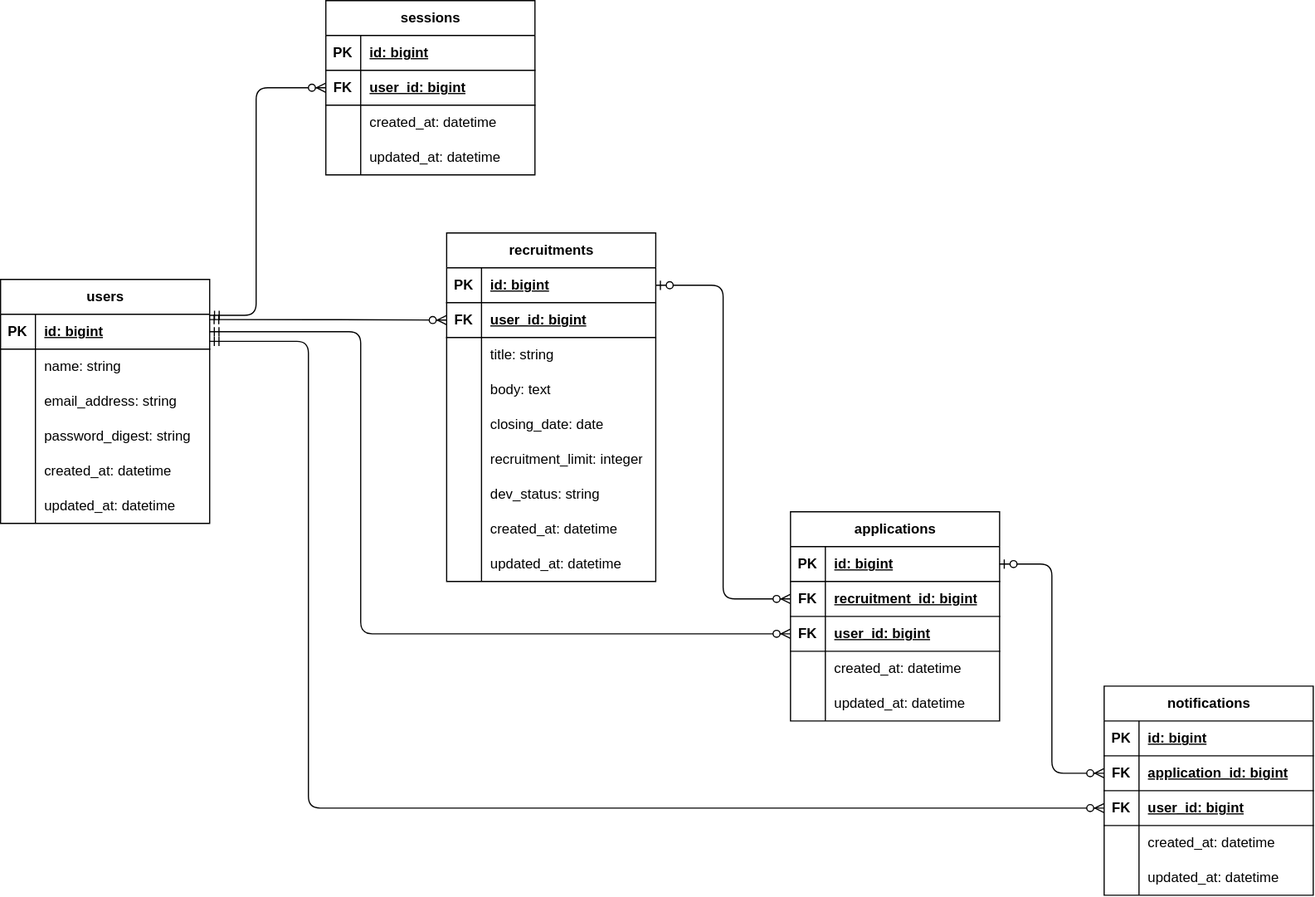
Above: docs/er-diagram.drawio.svg in tnakamura0/team-development-matching (draw.io), before the change. Source tidied: cells renumbered, new cells last; positions are measured from the earlier drawing's top-left corner, leaving out a move shared by most shapes.
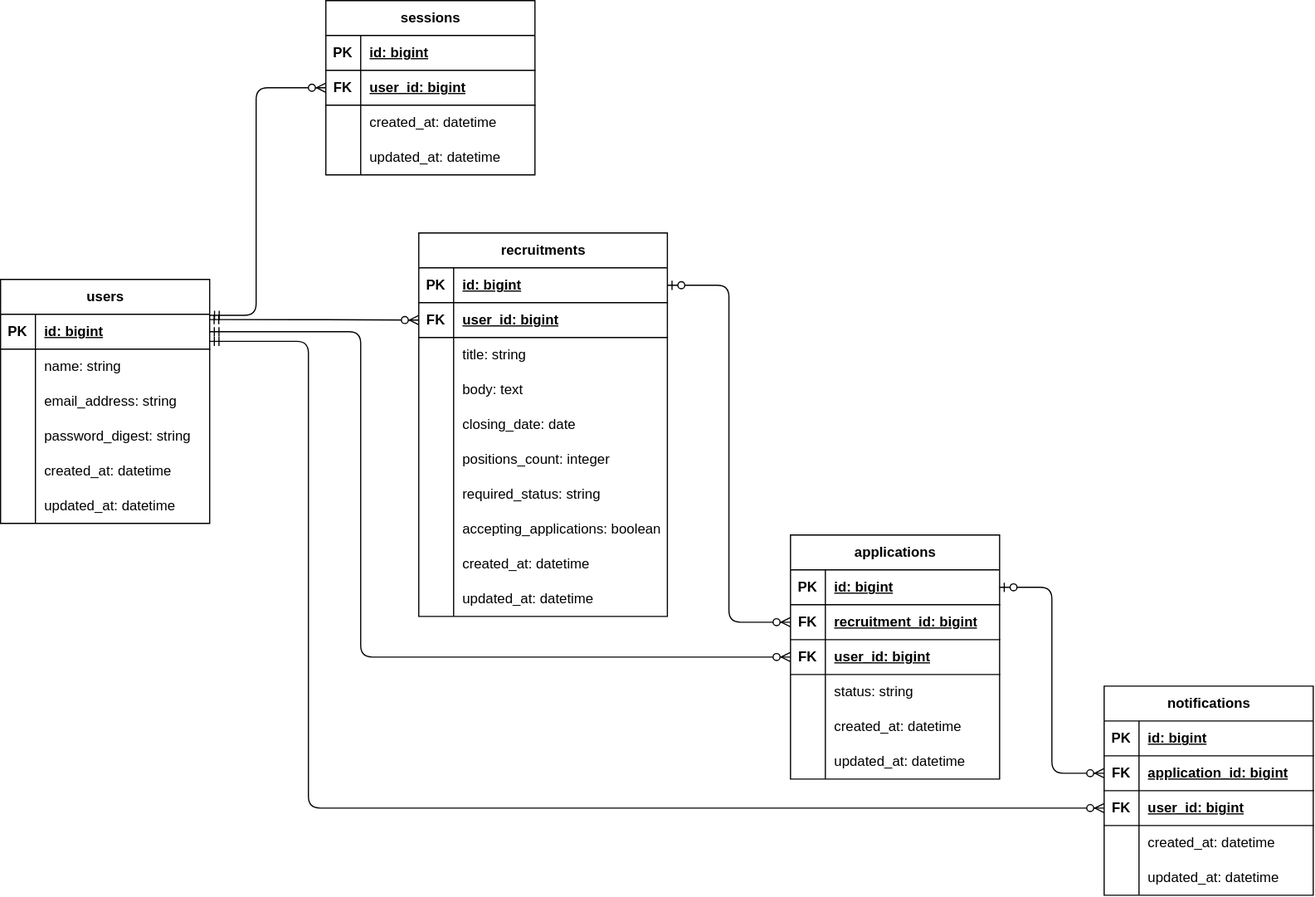
After the change.

Commit message:
docs: テーブル設計とER図を更新

Change to the diagram source:
```diff
@@ -60,88 +60,97 @@
       <mxGeometry x="30" width="150" height="30" as="geometry" />
     </mxCell>
     <mxCell id="21" value="recruitments" style="shape=table;startSize=30;rowLines=0;fontStyle=1;align=center;html=1;" parent="1" vertex="1">
-      <mxGeometry x="384" y="200" width="180" height="300" as="geometry" />
+      <mxGeometry x="360" y="200" width="214" height="330" as="geometry" />
     </mxCell>
     <mxCell id="22" style="shape=tableRow;horizontal=0;startSize=0;swimlaneHead=0;swimlaneBody=0;fillColor=none;points=[[0,0.5],[1,0.5]];portConstraint=eastwest;top=0;left=0;right=0;bottom=1;" parent="21" vertex="1">
-      <mxGeometry y="30" width="180" height="30" as="geometry" />
+      <mxGeometry y="30" width="214" height="30" as="geometry" />
     </mxCell>
     <mxCell id="23" value="PK" style="shape=partialRectangle;fillColor=none;top=0;left=0;bottom=0;right=0;fontStyle=1;overflow=hidden;whiteSpace=wrap;html=1;" parent="22" vertex="1">
       <mxGeometry width="30" height="30" as="geometry" />
     </mxCell>
     <mxCell id="24" value="id: bigint" style="shape=partialRectangle;fillColor=none;top=0;left=0;bottom=0;right=0;align=left;spacingLeft=6;fontStyle=5;overflow=hidden;whiteSpace=wrap;html=1;" parent="22" vertex="1">
-      <mxGeometry x="30" width="150" height="30" as="geometry" />
+      <mxGeometry x="30" width="184" height="30" as="geometry" />
     </mxCell>
     <mxCell id="25" style="shape=tableRow;horizontal=0;startSize=0;swimlaneHead=0;swimlaneBody=0;fillColor=none;points=[[0,0.5],[1,0.5]];portConstraint=eastwest;top=0;left=0;right=0;bottom=1;" parent="21" vertex="1">
-      <mxGeometry y="60" width="180" height="30" as="geometry" />
+      <mxGeometry y="60" width="214" height="30" as="geometry" />
     </mxCell>
     <mxCell id="26" value="FK" style="shape=partialRectangle;fillColor=none;top=0;left=0;bottom=0;right=0;fontStyle=1;overflow=hidden;whiteSpace=wrap;html=1;" parent="25" vertex="1">
       <mxGeometry width="30" height="30" as="geometry" />
     </mxCell>
     <mxCell id="27" value="user_id: bigint" style="shape=partialRectangle;fillColor=none;top=0;left=0;bottom=0;right=0;align=left;spacingLeft=6;fontStyle=5;overflow=hidden;whiteSpace=wrap;html=1;" parent="25" vertex="1">
-      <mxGeometry x="30" width="150" height="30" as="geometry" />
+      <mxGeometry x="30" width="184" height="30" as="geometry" />
     </mxCell>
     <mxCell id="28" style="shape=tableRow;horizontal=0;startSize=0;swimlaneHead=0;swimlaneBody=0;fillColor=none;top=0;left=0;right=0;bottom=0;" parent="21" vertex="1">
-      <mxGeometry y="90" width="180" height="30" as="geometry" />
+      <mxGeometry y="90" width="214" height="30" as="geometry" />
     </mxCell>
     <mxCell id="29" style="shape=partialRectangle;fillColor=none;top=0;left=0;bottom=0;right=0;overflow=hidden;whiteSpace=wrap;html=1;" parent="28" vertex="1">
       <mxGeometry width="30" height="30" as="geometry" />
     </mxCell>
     <mxCell id="30" value="title: string" style="shape=partialRectangle;fillColor=none;top=0;left=0;bottom=0;right=0;align=left;spacingLeft=6;overflow=hidden;whiteSpace=wrap;html=1;" parent="28" vertex="1">
-      <mxGeometry x="30" width="150" height="30" as="geometry" />
+      <mxGeometry x="30" width="184" height="30" as="geometry" />
     </mxCell>
     <mxCell id="31" style="shape=tableRow;horizontal=0;startSize=0;swimlaneHead=0;swimlaneBody=0;fillColor=none;top=0;left=0;right=0;bottom=0;" parent="21" vertex="1">
-      <mxGeometry y="120" width="180" height="30" as="geometry" />
+      <mxGeometry y="120" width="214" height="30" as="geometry" />
     </mxCell>
     <mxCell id="32" style="shape=partialRectangle;fillColor=none;top=0;left=0;bottom=0;right=0;overflow=hidden;whiteSpace=wrap;html=1;" parent="31" vertex="1">
       <mxGeometry width="30" height="30" as="geometry" />
     </mxCell>
     <mxCell id="33" value="body: text" style="shape=partialRectangle;fillColor=none;top=0;left=0;bottom=0;right=0;align=left;spacingLeft=6;overflow=hidden;whiteSpace=wrap;html=1;" parent="31" vertex="1">
-      <mxGeometry x="30" width="150" height="30" as="geometry" />
+      <mxGeometry x="30" width="184" height="30" as="geometry" />
     </mxCell>
     <mxCell id="34" style="shape=tableRow;horizontal=0;startSize=0;swimlaneHead=0;swimlaneBody=0;fillColor=none;top=0;left=0;right=0;bottom=0;" parent="21" vertex="1">
-      <mxGeometry y="150" width="180" height="30" as="geometry" />
+      <mxGeometry y="150" width="214" height="30" as="geometry" />
     </mxCell>
     <mxCell id="35" style="shape=partialRectangle;fillColor=none;top=0;left=0;bottom=0;right=0;overflow=hidden;whiteSpace=wrap;html=1;" parent="34" vertex="1">
       <mxGeometry width="30" height="30" as="geometry" />
     </mxCell>
     <mxCell id="36" value="closing_date: date" style="shape=partialRectangle;fillColor=none;top=0;left=0;bottom=0;right=0;align=left;spacingLeft=6;overflow=hidden;whiteSpace=wrap;html=1;" parent="34" vertex="1">
-      <mxGeometry x="30" width="150" height="30" as="geometry" />
+      <mxGeometry x="30" width="184" height="30" as="geometry" />
     </mxCell>
     <mxCell id="37" style="shape=tableRow;horizontal=0;startSize=0;swimlaneHead=0;swimlaneBody=0;fillColor=none;top=0;left=0;right=0;bottom=0;" parent="21" vertex="1">
-      <mxGeometry y="180" width="180" height="30" as="geometry" />
+      <mxGeometry y="180" width="214" height="30" as="geometry" />
     </mxCell>
     <mxCell id="38" style="shape=partialRectangle;fillColor=none;top=0;left=0;bottom=0;right=0;overflow=hidden;whiteSpace=wrap;html=1;" parent="37" vertex="1">
       <mxGeometry width="30" height="30" as="geometry" />
     </mxCell>
-    <mxCell id="39" value="recruitment_limit: integer" style="shape=partialRectangle;fillColor=none;top=0;left=0;bottom=0;right=0;align=left;spacingLeft=6;overflow=hidden;whiteSpace=wrap;html=1;" parent="37" vertex="1">
-      <mxGeometry x="30" width="150" height="30" as="geometry" />
+    <mxCell id="39" value="positions_count: integer" style="shape=partialRectangle;fillColor=none;top=0;left=0;bottom=0;right=0;align=left;spacingLeft=6;overflow=hidden;whiteSpace=wrap;html=1;" parent="37" vertex="1">
+      <mxGeometry x="30" width="184" height="30" as="geometry" />
     </mxCell>
     <mxCell id="40" style="shape=tableRow;horizontal=0;startSize=0;swimlaneHead=0;swimlaneBody=0;fillColor=none;top=0;left=0;right=0;bottom=0;" parent="21" vertex="1">
-      <mxGeometry y="210" width="180" height="30" as="geometry" />
+      <mxGeometry y="210" width="214" height="30" as="geometry" />
     </mxCell>
     <mxCell id="41" style="shape=partialRectangle;fillColor=none;top=0;left=0;bottom=0;right=0;overflow=hidden;whiteSpace=wrap;html=1;" parent="40" vertex="1">
       <mxGeometry width="30" height="30" as="geometry" />
     </mxCell>
-    <mxCell id="42" value="dev_status: string" style="shape=partialRectangle;fillColor=none;top=0;left=0;bottom=0;right=0;align=left;spacingLeft=6;overflow=hidden;whiteSpace=wrap;html=1;" parent="40" vertex="1">
-      <mxGeometry x="30" width="150" height="30" as="geometry" />
+    <mxCell id="42" value="required_status: string" style="shape=partialRectangle;fillColor=none;top=0;left=0;bottom=0;right=0;align=left;spacingLeft=6;overflow=hidden;whiteSpace=wrap;html=1;" parent="40" vertex="1">
+      <mxGeometry x="30" width="184" height="30" as="geometry" />
     </mxCell>
+    <mxCell id="100" style="shape=tableRow;horizontal=0;startSize=0;swimlaneHead=0;swimlaneBody=0;fillColor=none;top=0;left=0;right=0;bottom=0;" parent="21" vertex="1">
+      <mxGeometry y="240" width="214" height="30" as="geometry" />
+    </mxCell>
+    <mxCell id="101" style="shape=partialRectangle;fillColor=none;top=0;left=0;bottom=0;right=0;overflow=hidden;whiteSpace=wrap;html=1;" parent="100" vertex="1">
+      <mxGeometry width="30" height="30" as="geometry" />
+    </mxCell>
+    <mxCell id="102" value="accepting_applications: boolean" style="shape=partialRectangle;fillColor=none;top=0;left=0;bottom=0;right=0;align=left;spacingLeft=6;overflow=hidden;whiteSpace=wrap;html=1;" parent="100" vertex="1">
+      <mxGeometry x="30" width="184" height="30" as="geometry" />
+    </mxCell>
     <mxCell id="43" style="shape=tableRow;horizontal=0;startSize=0;swimlaneHead=0;swimlaneBody=0;fillColor=none;top=0;left=0;right=0;bottom=0;" parent="21" vertex="1">
-      <mxGeometry y="240" width="180" height="30" as="geometry" />
+      <mxGeometry y="270" width="214" height="30" as="geometry" />
     </mxCell>
     <mxCell id="44" style="shape=partialRectangle;fillColor=none;top=0;left=0;bottom=0;right=0;overflow=hidden;whiteSpace=wrap;html=1;" parent="43" vertex="1">
       <mxGeometry width="30" height="30" as="geometry" />
     </mxCell>
     <mxCell id="45" value="created_at: datetime" style="shape=partialRectangle;fillColor=none;top=0;left=0;bottom=0;right=0;align=left;spacingLeft=6;overflow=hidden;whiteSpace=wrap;html=1;" parent="43" vertex="1">
-      <mxGeometry x="30" width="150" height="30" as="geometry" />
+      <mxGeometry x="30" width="184" height="30" as="geometry" />
     </mxCell>
     <mxCell id="46" style="shape=tableRow;horizontal=0;startSize=0;swimlaneHead=0;swimlaneBody=0;fillColor=none;top=0;left=0;right=0;bottom=0;" parent="21" vertex="1">
-      <mxGeometry y="270" width="180" height="30" as="geometry" />
+      <mxGeometry y="300" width="214" height="30" as="geometry" />
     </mxCell>
     <mxCell id="47" style="shape=partialRectangle;fillColor=none;top=0;left=0;bottom=0;right=0;overflow=hidden;whiteSpace=wrap;html=1;" parent="46" vertex="1">
       <mxGeometry width="30" height="30" as="geometry" />
     </mxCell>
     <mxCell id="48" value="updated_at: datetime" style="shape=partialRectangle;fillColor=none;top=0;left=0;bottom=0;right=0;align=left;spacingLeft=6;overflow=hidden;whiteSpace=wrap;html=1;" parent="46" vertex="1">
-      <mxGeometry x="30" width="150" height="30" as="geometry" />
+      <mxGeometry x="30" width="184" height="30" as="geometry" />
     </mxCell>
     <mxCell id="49" value="notifications" style="shape=table;startSize=30;rowLines=0;fontStyle=1;align=center;html=1;" parent="1" vertex="1">
       <mxGeometry x="950" y="590" width="180" height="180" as="geometry" />
@@ -192,7 +201,7 @@
       <mxGeometry x="30" width="150" height="30" as="geometry" />
     </mxCell>
     <mxCell id="65" value="applications" style="shape=table;startSize=30;rowLines=0;fontStyle=1;align=center;html=1;" parent="1" vertex="1">
-      <mxGeometry x="680" y="440" width="180" height="180" as="geometry" />
+      <mxGeometry x="680" y="460" width="180" height="210" as="geometry" />
     </mxCell>
     <mxCell id="66" style="shape=tableRow;horizontal=0;startSize=0;swimlaneHead=0;swimlaneBody=0;fillColor=none;points=[[0,0.5],[1,0.5]];portConstraint=eastwest;top=0;left=0;right=0;bottom=1;" parent="65" vertex="1">
       <mxGeometry y="30" width="180" height="30" as="geometry" />
@@ -221,8 +230,17 @@
     <mxCell id="74" value="user_id: bigint" style="shape=partialRectangle;fillColor=none;top=0;left=0;bottom=0;right=0;align=left;spacingLeft=6;fontStyle=5;overflow=hidden;whiteSpace=wrap;html=1;" parent="72" vertex="1">
       <mxGeometry x="30" width="150" height="30" as="geometry" />
     </mxCell>
+    <mxCell id="103" style="shape=tableRow;horizontal=0;startSize=0;swimlaneHead=0;swimlaneBody=0;fillColor=none;top=0;left=0;right=0;bottom=0;" parent="65" vertex="1">
+      <mxGeometry y="120" width="180" height="30" as="geometry" />
+    </mxCell>
+    <mxCell id="104" style="shape=partialRectangle;fillColor=none;top=0;left=0;bottom=0;right=0;overflow=hidden;whiteSpace=wrap;html=1;" parent="103" vertex="1">
+      <mxGeometry width="30" height="30" as="geometry" />
+    </mxCell>
+    <mxCell id="105" value="status: string" style="shape=partialRectangle;fillColor=none;top=0;left=0;bottom=0;right=0;align=left;spacingLeft=6;overflow=hidden;whiteSpace=wrap;html=1;" parent="103" vertex="1">
+      <mxGeometry x="30" width="150" height="30" as="geometry" />
+    </mxCell>
     <mxCell id="75" style="shape=tableRow;horizontal=0;startSize=0;swimlaneHead=0;swimlaneBody=0;fillColor=none;top=0;left=0;right=0;bottom=0;" parent="65" vertex="1">
-      <mxGeometry y="120" width="180" height="30" as="geometry" />
+      <mxGeometry y="150" width="180" height="30" as="geometry" />
     </mxCell>
     <mxCell id="76" style="shape=partialRectangle;fillColor=none;top=0;left=0;bottom=0;right=0;overflow=hidden;whiteSpace=wrap;html=1;" parent="75" vertex="1">
       <mxGeometry width="30" height="30" as="geometry" />
@@ -231,7 +249,7 @@
       <mxGeometry x="30" width="150" height="30" as="geometry" />
     </mxCell>
     <mxCell id="78" style="shape=tableRow;horizontal=0;startSize=0;swimlaneHead=0;swimlaneBody=0;fillColor=none;top=0;left=0;right=0;bottom=0;" parent="65" vertex="1">
-      <mxGeometry y="150" width="180" height="30" as="geometry" />
+      <mxGeometry y="180" width="180" height="30" as="geometry" />
     </mxCell>
     <mxCell id="79" style="shape=partialRectangle;fillColor=none;top=0;left=0;bottom=0;right=0;overflow=hidden;whiteSpace=wrap;html=1;" parent="78" vertex="1">
       <mxGeometry width="30" height="30" as="geometry" />
@@ -246,7 +264,7 @@
       <mxGeometry relative="1" as="geometry">
         <Array as="points">
           <mxPoint x="310" y="285" />
-          <mxPoint x="310" y="545" />
+          <mxPoint x="310" y="565" />
         </Array>
       </mxGeometry>
     </mxCell>
```
